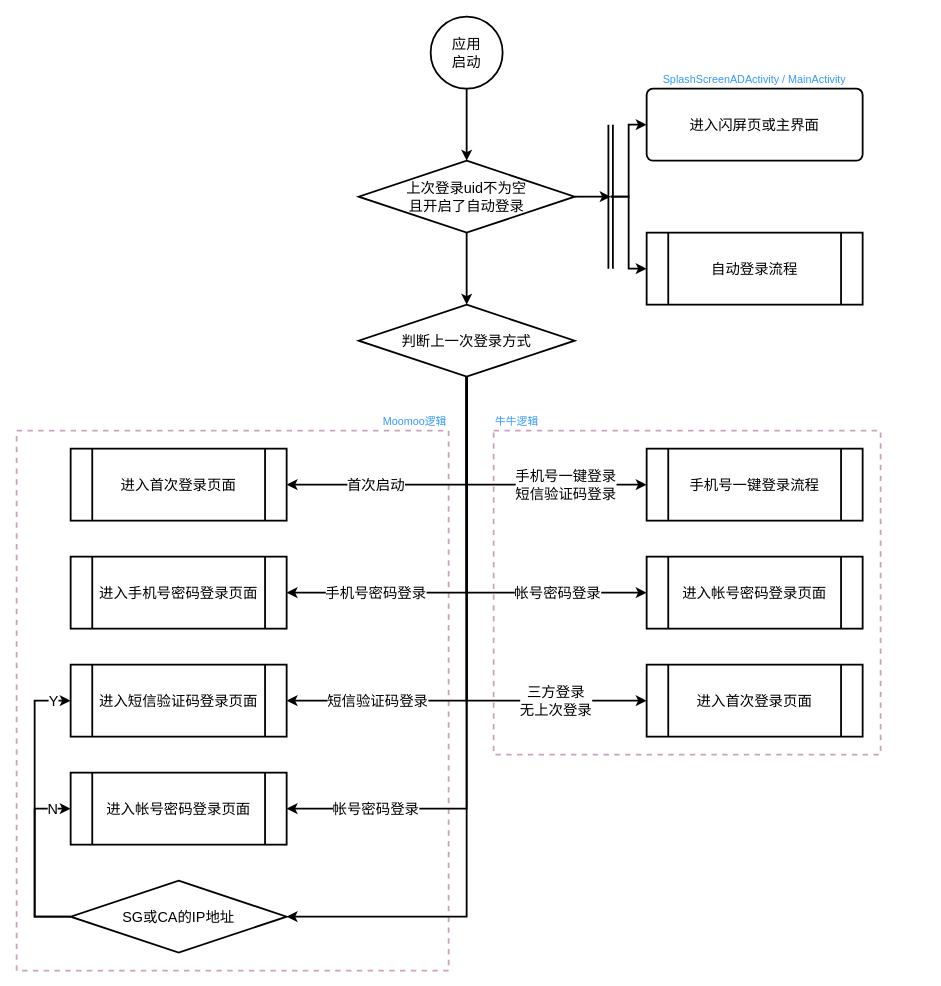
Earlier version of the draw.io diagram 登录梳理 - 保证核心.drawio (Cmdone/Draw.io). Source tidied: cells renumbered, new cells numbered last; positions are measured from the earlier drawing's top-left corner, leaving out a move shared by most shapes. Both pictures are drawn from the tidied source at 90%, with x=0, y=0 at pixel (16, 16).
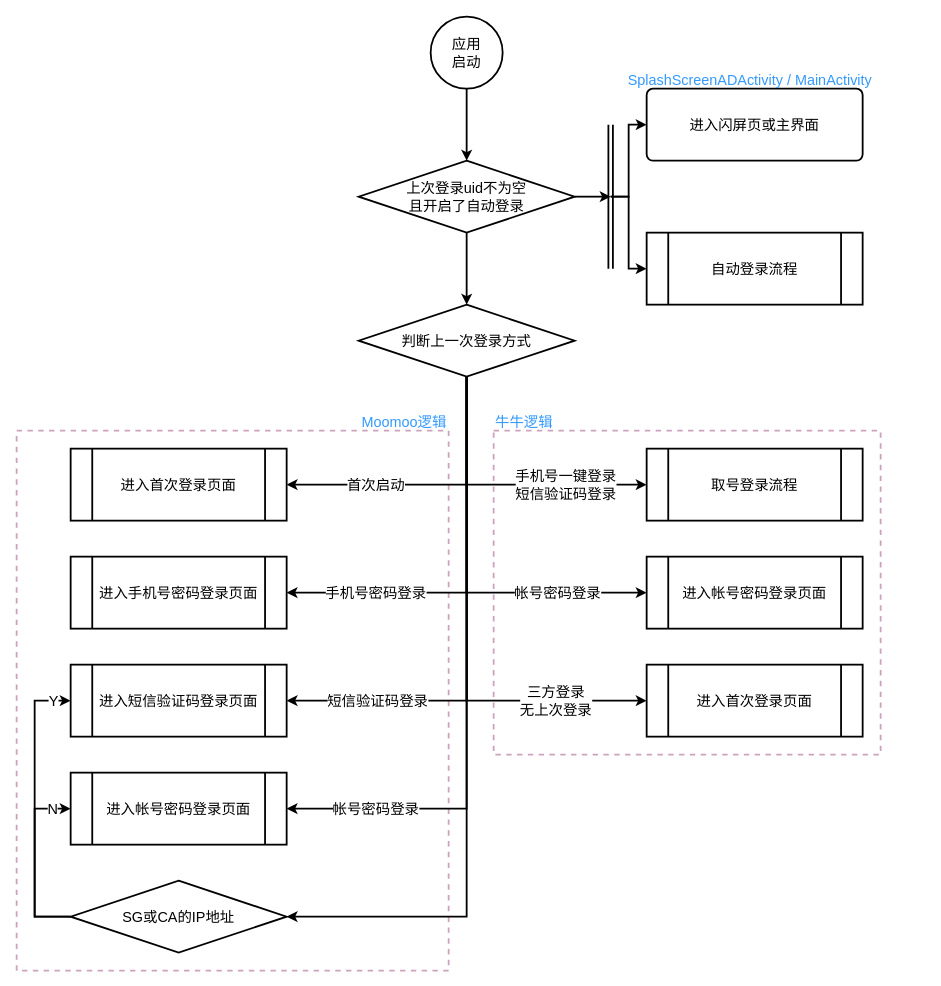
Above is the later version.

Commit message (it also covers changes not shown here):
Update 登录梳理 - 保证核心.drawio

Diff of the diagram source:
```diff
@@
+    <mxCell id="35" style="rounded=0;whiteSpace=wrap;html=1;fontSize=16;fontColor=#000000;strokeWidth=2;fillColor=none;dashed=1;strokeColor=#CDA2BE;" parent="1" vertex="1">
+      <mxGeometry x="530" y="460" width="430" height="360" as="geometry" />
+    </mxCell>
@@
-    <mxCell id="22" value="SplashScreenADActivity / MainActivity" style="text;html=1;strokeColor=none;fillColor=none;align=center;verticalAlign=middle;whiteSpace=wrap;rounded=0;fontSize=12;fontColor=#3399FF;" parent="1" vertex="1">
-      <mxGeometry x="700" y="60" width="240" height="20" as="geometry" />
+    <mxCell id="22" value="SplashScreenADActivity / MainActivity" style="text;html=1;strokeColor=none;fillColor=none;align=center;verticalAlign=middle;whiteSpace=wrap;rounded=0;fontSize=16;fontColor=#3399FF;" parent="1" vertex="1">
+      <mxGeometry x="620" y="60" width="390" height="20" as="geometry" />
     </mxCell>
-    <mxCell id="23" value="手机号一键登录流程" style="shape=process;whiteSpace=wrap;html=1;backgroundOutline=1;fontSize=16;fillColor=none;strokeWidth=2;" parent="1" vertex="1">
+    <mxCell id="23" value="取号登录流程" style="shape=process;whiteSpace=wrap;html=1;backgroundOutline=1;fontSize=16;fillColor=none;strokeWidth=2;" parent="1" vertex="1">
       <mxGeometry x="700" y="480" width="240" height="80" as="geometry" />
     </mxCell>
@@
-    <mxCell id="33" value="Moomoo逻辑" style="text;html=1;strokeColor=none;fillColor=none;align=right;verticalAlign=middle;whiteSpace=wrap;rounded=0;fontSize=12;fontColor=#3399FF;" parent="1" vertex="1">
+    <mxCell id="33" value="Moomoo逻辑" style="text;html=1;strokeColor=none;fillColor=none;align=right;verticalAlign=middle;whiteSpace=wrap;rounded=0;fontSize=16;fontColor=#3399FF;" parent="1" vertex="1">
       <mxGeometry x="240" y="440" width="240" height="20" as="geometry" />
     </mxCell>
-    <mxCell id="34" value="牛牛逻辑" style="text;html=1;strokeColor=none;fillColor=none;align=left;verticalAlign=middle;whiteSpace=wrap;rounded=0;fontSize=12;fontColor=#3399FF;" parent="1" vertex="1">
+    <mxCell id="34" value="牛牛逻辑" style="text;html=1;strokeColor=none;fillColor=none;align=left;verticalAlign=middle;whiteSpace=wrap;rounded=0;fontSize=16;fontColor=#3399FF;" parent="1" vertex="1">
       <mxGeometry x="530" y="440" width="240" height="20" as="geometry" />
     </mxCell>
-    <mxCell id="35" style="rounded=0;whiteSpace=wrap;html=1;fontSize=16;fontColor=#000000;strokeWidth=2;fillColor=none;dashed=1;strokeColor=#CDA2BE;" parent="1" vertex="1">
-      <mxGeometry x="530" y="460" width="430" height="360" as="geometry" />
-    </mxCell>
```
